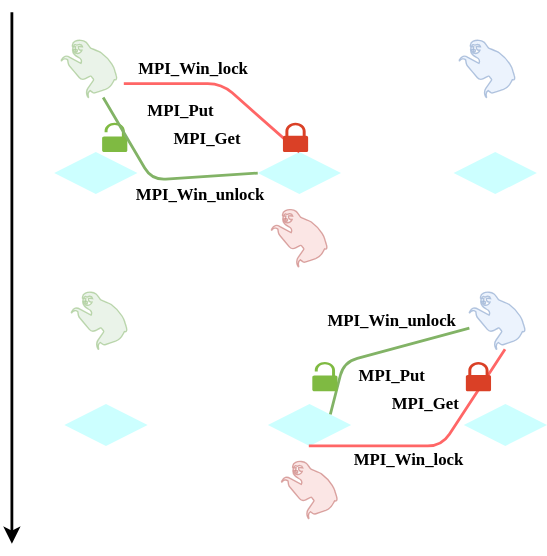
The draw.io diagram content/img/E03-passive_target_communication.svg in ENCCS/intermediate-mpi, before a commit. Source tidied: cells renumbered, new cells last; positions are measured from the earlier drawing's top-left corner, leaving out a move shared by most shapes.
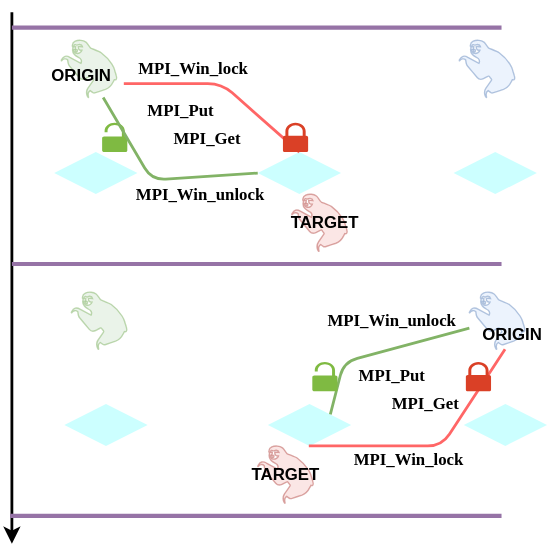
Later version of the same file.

Change to the diagram source:
```diff
@@ -6,7 +6,7 @@
       <mxGeometry x="35.2" y="20" width="40" height="41" as="geometry" />
     </mxCell>
     <mxCell id="3" style="shape=mxgraph.signs.animals.sloth;html=1;fillColor=#f8cecc;strokeColor=#b85450;verticalLabelPosition=bottom;verticalAlign=top;align=center;opacity=50;" parent="1" vertex="1">
-      <mxGeometry x="185.5" y="141" width="40" height="41" as="geometry" />
+      <mxGeometry x="200" y="130" width="40" height="41" as="geometry" />
     </mxCell>
     <mxCell id="4" style="rhombus;whiteSpace=wrap;html=1;fillColor=#CCFFFF;strokeColor=none;shadow=0;" parent="1" vertex="1">
       <mxGeometry x="30.2" y="100" width="59.5" height="30" as="geometry" />
@@ -58,7 +58,7 @@
       <mxGeometry x="42.5" y="200" width="40" height="41" as="geometry" />
     </mxCell>
     <mxCell id="17" style="shape=mxgraph.signs.animals.sloth;html=1;fillColor=#f8cecc;strokeColor=#b85450;verticalLabelPosition=bottom;verticalAlign=top;align=center;opacity=50;" parent="1" vertex="1">
-      <mxGeometry x="192.8" y="321" width="40" height="41" as="geometry" />
+      <mxGeometry x="175.8" y="310" width="40" height="41" as="geometry" />
     </mxCell>
     <mxCell id="18" style="rhombus;whiteSpace=wrap;html=1;fillColor=#CCFFFF;strokeColor=none;shadow=0;" parent="1" vertex="1">
       <mxGeometry x="37.5" y="280" width="59.5" height="30" as="geometry" />
@@ -112,5 +112,35 @@
         <mxPoint y="380" as="targetPoint" />
       </mxGeometry>
     </mxCell>
+    <mxCell id="31" style="endArrow=none;html=1;strokeWidth=3;fillColor=#e1d5e7;strokeColor=#9673a6;" parent="1" edge="1">
+      <mxGeometry relative="1" as="geometry">
+        <mxPoint x="350" y="180" as="sourcePoint" />
+        <mxPoint y="180" as="targetPoint" />
+      </mxGeometry>
+    </mxCell>
+    <mxCell id="32" style="endArrow=none;html=1;strokeWidth=3;fillColor=#e1d5e7;strokeColor=#9673a6;" parent="1" edge="1">
+      <mxGeometry relative="1" as="geometry">
+        <mxPoint x="350" y="360" as="sourcePoint" />
+        <mxPoint x="-1.2" y="360" as="targetPoint" />
+      </mxGeometry>
+    </mxCell>
+    <mxCell id="33" style="endArrow=none;html=1;strokeWidth=3;fillColor=#e1d5e7;strokeColor=#9673a6;" parent="1" edge="1">
+      <mxGeometry relative="1" as="geometry">
+        <mxPoint x="350" y="11" as="sourcePoint" />
+        <mxPoint y="11" as="targetPoint" />
+      </mxGeometry>
+    </mxCell>
+    <mxCell id="34" value="&lt;b&gt;ORIGIN&lt;/b&gt;" style="text;html=1;strokeColor=none;fillColor=none;align=center;verticalAlign=middle;whiteSpace=wrap;rounded=0;shadow=0;" parent="1" vertex="1">
+      <mxGeometry x="25.2" y="36" width="50" height="20" as="geometry" />
+    </mxCell>
+    <mxCell id="35" value="&lt;b&gt;TARGET&lt;/b&gt;" style="text;html=1;strokeColor=none;fillColor=none;align=center;verticalAlign=middle;whiteSpace=wrap;rounded=0;shadow=0;" parent="1" vertex="1">
+      <mxGeometry x="198.8" y="141" width="50" height="20" as="geometry" />
+    </mxCell>
+    <mxCell id="36" value="&lt;b&gt;TARGET&lt;/b&gt;" style="text;html=1;strokeColor=none;fillColor=none;align=center;verticalAlign=middle;whiteSpace=wrap;rounded=0;shadow=0;" parent="1" vertex="1">
+      <mxGeometry x="170.8" y="320.5" width="50" height="20" as="geometry" />
+    </mxCell>
+    <mxCell id="37" value="&lt;b&gt;ORIGIN&lt;/b&gt;" style="text;html=1;strokeColor=none;fillColor=none;align=center;verticalAlign=middle;whiteSpace=wrap;rounded=0;shadow=0;" parent="1" vertex="1">
+      <mxGeometry x="332.5" y="221" width="50" height="20" as="geometry" />
+    </mxCell>
   </root>
 </mxGraphModel>
```
